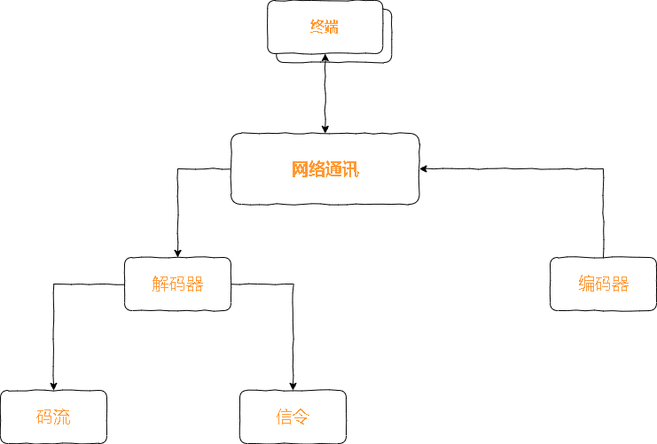
Above: test.drawio.png in xktder/draw (draw.io), before the change. Source tidied: cells renumbered, new cells last; positions are measured from the earlier drawing's top-left corner, leaving out a move shared by most shapes.
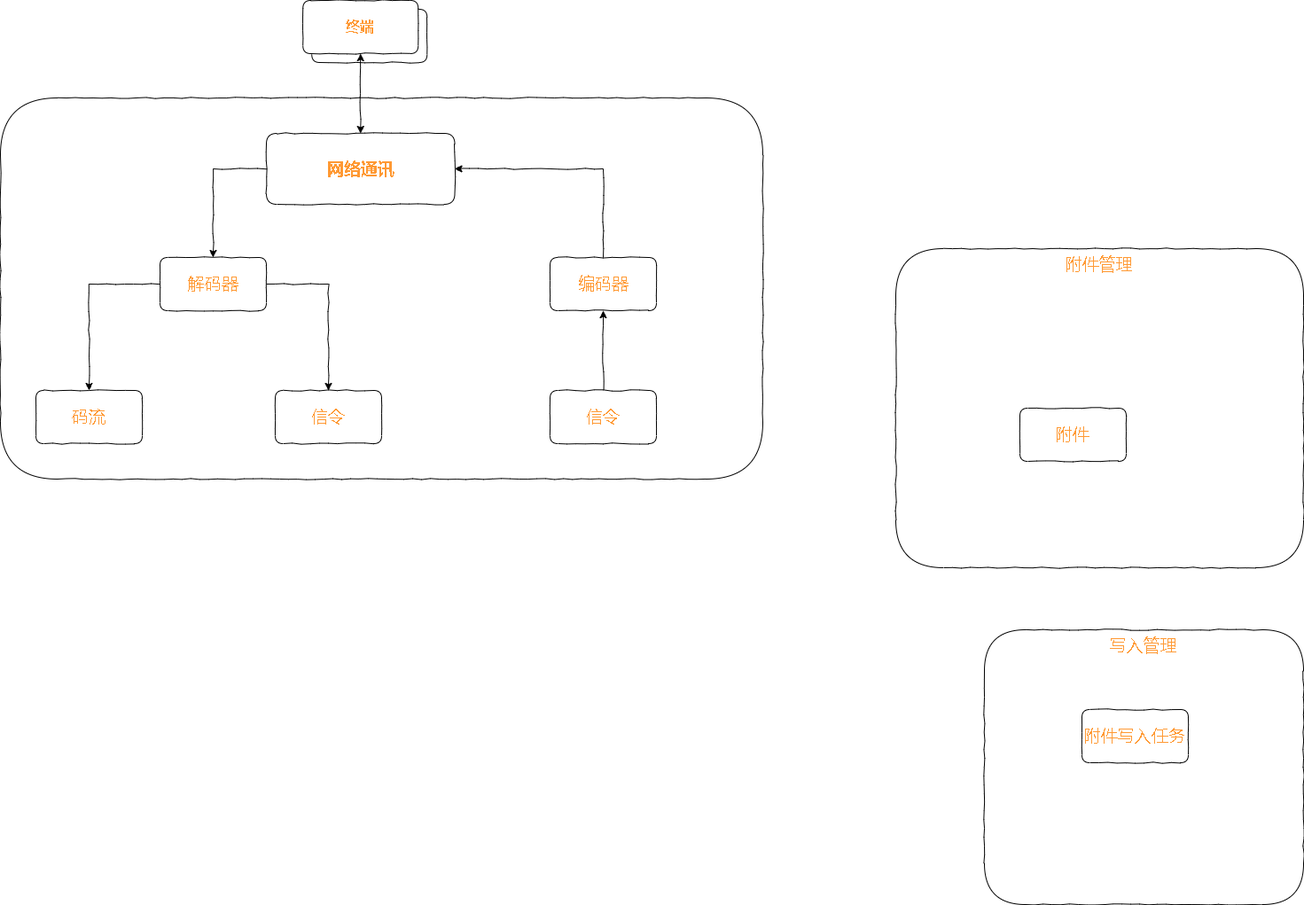
After the change.

Diff of the diagram source:
```diff
@@ -2,6 +2,15 @@
   <root>
     <mxCell id="0" />
     <mxCell id="1" parent="0" />
+    <mxCell id="15" style="rounded=1;whiteSpace=wrap;html=1;comic=1;fontSize=19;fontColor=#FF9933;strokeColor=default;gradientColor=none;" parent="1" vertex="1">
+      <mxGeometry x="-40" y="110" width="860" height="430" as="geometry" />
+    </mxCell>
+    <mxCell id="16" value="写入管理" style="rounded=1;whiteSpace=wrap;html=1;comic=1;fontSize=19;fontColor=#FF9933;strokeColor=default;gradientColor=none;verticalAlign=top;" parent="1" vertex="1">
+      <mxGeometry x="1070" y="710" width="360" height="310" as="geometry" />
+    </mxCell>
+    <mxCell id="17" value="附件管理" style="rounded=1;whiteSpace=wrap;html=1;comic=1;fontSize=19;fontColor=#FF9933;strokeColor=default;gradientColor=none;verticalAlign=top;" parent="1" vertex="1">
+      <mxGeometry x="970" y="280" width="460" height="360" as="geometry" />
+    </mxCell>
     <mxCell id="2" style="group;" parent="1" vertex="1">
       <mxGeometry x="301.2" width="140" height="70" as="geometry" />
     </mxCell>
@@ -33,7 +42,7 @@
       <mxGeometry x="140" y="290" width="120" height="60" as="geometry" />
     </mxCell>
     <mxCell id="12" value="编码器" style="rounded=1;whiteSpace=wrap;html=1;comic=1;fontSize=19;fontColor=#FF9933;strokeColor=default;gradientColor=none;" parent="1" vertex="1">
-      <mxGeometry x="620" y="290" width="120" height="60" as="geometry" />
+      <mxGeometry x="580" y="290" width="120" height="60" as="geometry" />
     </mxCell>
     <mxCell id="13" value="码流" style="rounded=1;whiteSpace=wrap;html=1;comic=1;fontSize=19;fontColor=#FF9933;strokeColor=default;gradientColor=none;" parent="1" vertex="1">
       <mxGeometry y="440" width="120" height="60" as="geometry" />
@@ -41,5 +50,17 @@
     <mxCell id="14" value="信令" style="rounded=1;whiteSpace=wrap;html=1;comic=1;fontSize=19;fontColor=#FF9933;strokeColor=default;gradientColor=none;" parent="1" vertex="1">
       <mxGeometry x="270" y="440" width="120" height="60" as="geometry" />
     </mxCell>
+    <mxCell id="18" value="附件" style="rounded=1;whiteSpace=wrap;html=1;comic=1;fontSize=19;fontColor=#FF9933;strokeColor=default;gradientColor=none;" parent="1" vertex="1">
+      <mxGeometry x="1110" y="460" width="120" height="60" as="geometry" />
+    </mxCell>
+    <mxCell id="19" value="附件写入任务" style="rounded=1;whiteSpace=wrap;html=1;comic=1;fontSize=19;fontColor=#FF9933;strokeColor=default;gradientColor=none;" parent="1" vertex="1">
+      <mxGeometry x="1180" y="800" width="120" height="60" as="geometry" />
+    </mxCell>
+    <mxCell id="20" style="edgeStyle=orthogonalEdgeStyle;rounded=0;comic=1;jettySize=auto;html=1;entryX=0.5;entryY=1;entryDx=0;entryDy=0;fontSize=19;fontColor=#FF9933;startArrow=none;startFill=0;endArrow=classic;endFill=1;" parent="1" edge="1" source="21" target="12">
+      <mxGeometry relative="1" as="geometry" />
+    </mxCell>
+    <mxCell id="21" value="信令" style="rounded=1;whiteSpace=wrap;html=1;comic=1;fontSize=19;fontColor=#FF9933;strokeColor=default;gradientColor=none;" parent="1" vertex="1">
+      <mxGeometry x="580" y="440" width="120" height="60" as="geometry" />
+    </mxCell>
   </root>
 </mxGraphModel>
```
